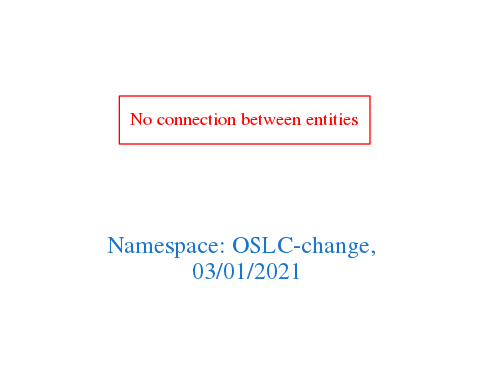
This is downloads/OSLC-change.png from arago/OGIT, a Graphviz export, as it was before one commit. Its source is kept beside it as downloads/OSLC-change.dot.
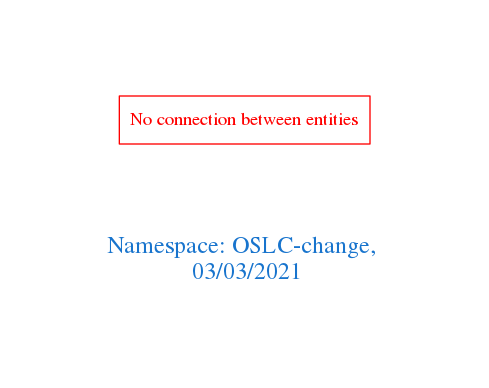
After the commit.

Diff of the diagram source:
```diff
@@ -1,7 +1,7 @@
 digraph OGIT_ontology {
  graph [ rankdir= LR,pad=1
 fontsize = 18,
-fontcolor= dodgerblue3,label = "\n\n\nNamespace: OSLC-change, \n 03/01/2021"];
+fontcolor= dodgerblue3,label = "\n\n\nNamespace: OSLC-change, \n 03/03/2021"];
 node[shape=polygon];
 edge [  color="gray81"];
 
```
